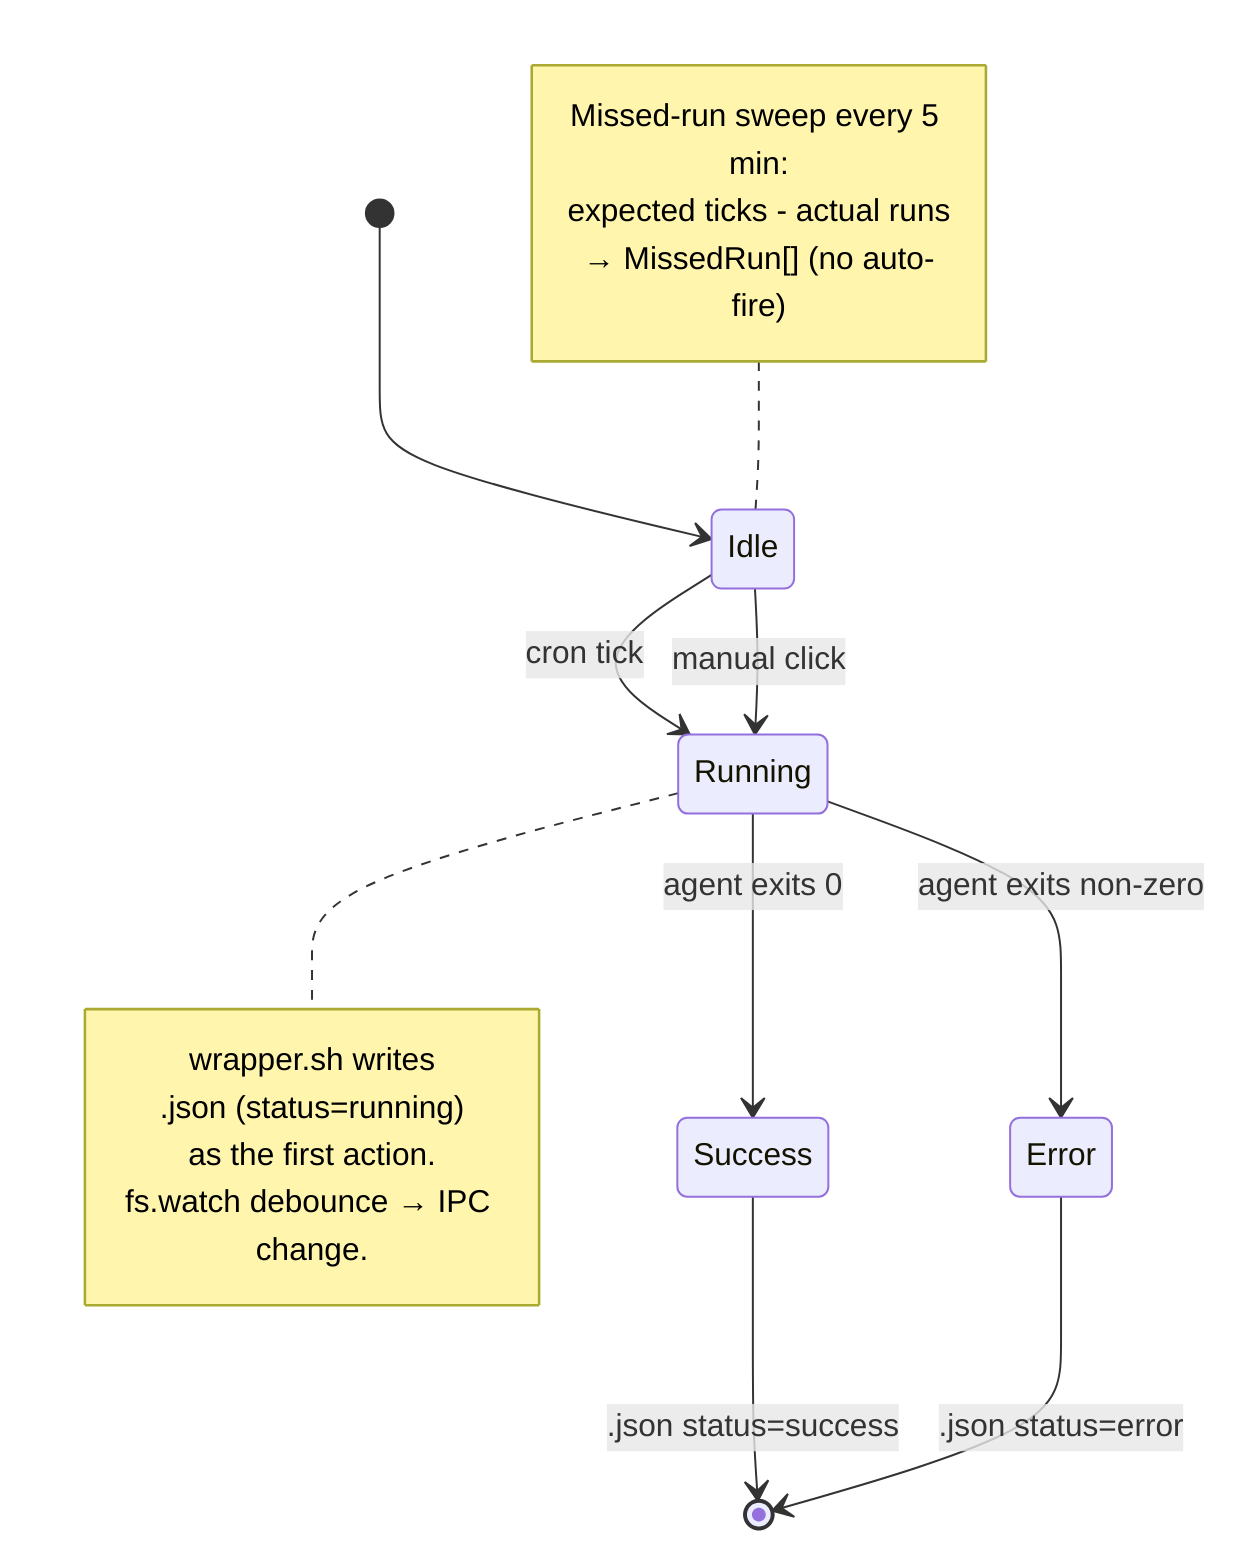
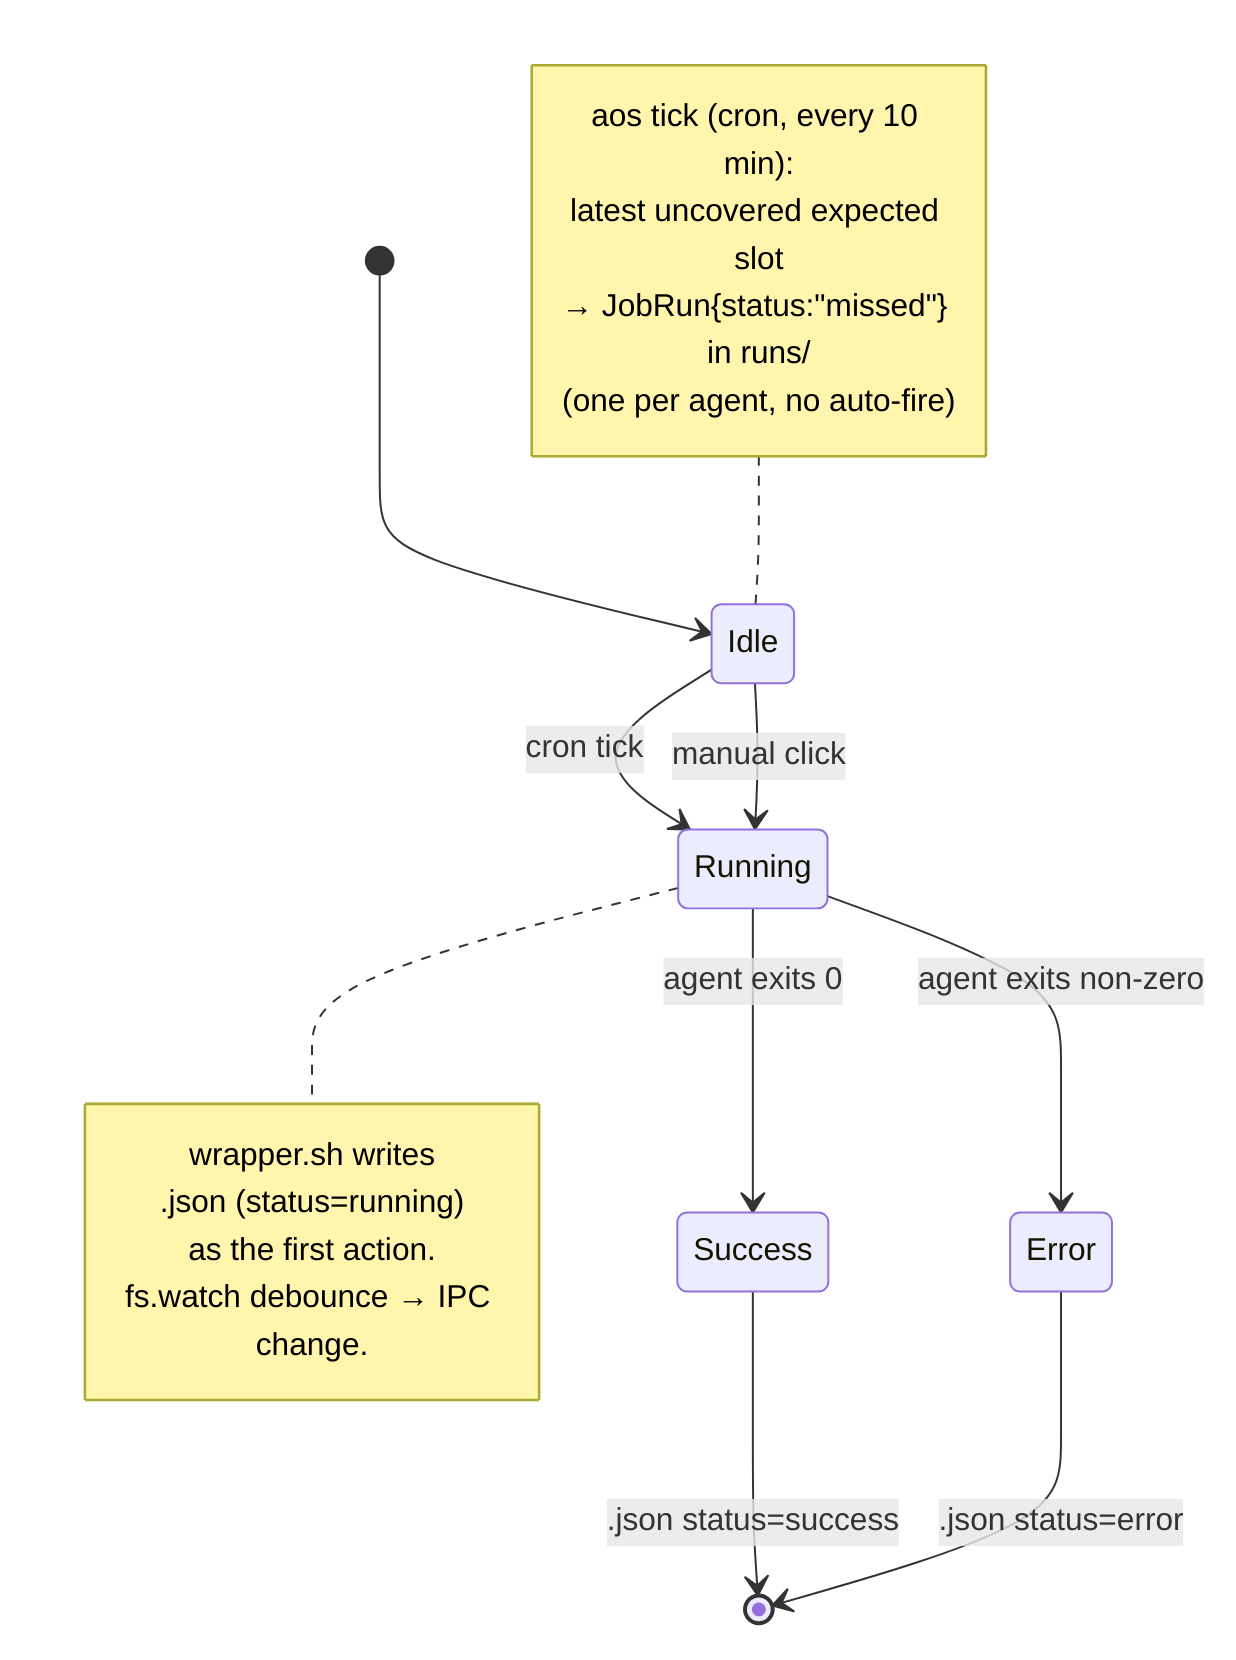
stateDiagram-v2
    [*] --> Idle

    Idle --> Running: cron tick
    Idle --> Running: manual click
    Running --> Success: agent exits 0
    Running --> Error: agent exits non-zero

    Success --> [*]: <run-id>.json status=success
    Error --> [*]: <run-id>.json status=error

    note right of Running
        wrapper.sh writes
        <run-id>.json (status=running)
        as the first action.
        fs.watch debounce → IPC change.
    end note

    note left of Idle
-         Missed-run sweep every 5 min:
-         expected ticks - actual runs
-         → MissedRun[] (no auto-fire)
+         aos tick (cron, every 10 min):
+         latest uncovered expected slot
+         → JobRun{status:"missed"} in runs/
+         (one per agent, no auto-fire)
    end note
